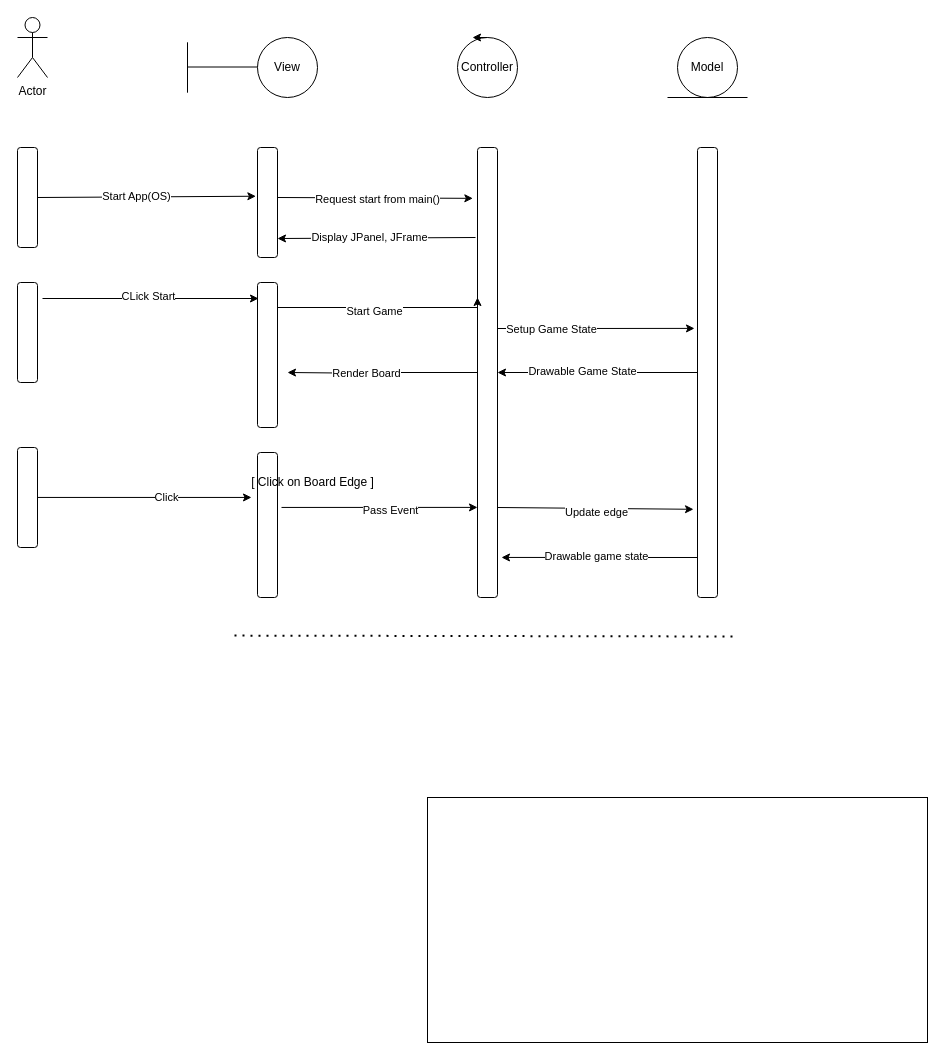
Before: UML-activity-diagram.drawio in Juutar/COMP20050SEP2-1, a draw.io diagram. Source tidied: cells renumbered, new cells numbered last; positions are measured from the earlier drawing's top-left corner, leaving out a move shared by most shapes. Both pictures are drawn from the tidied source at 100%, with x=0, y=0 at pixel (17, 17).
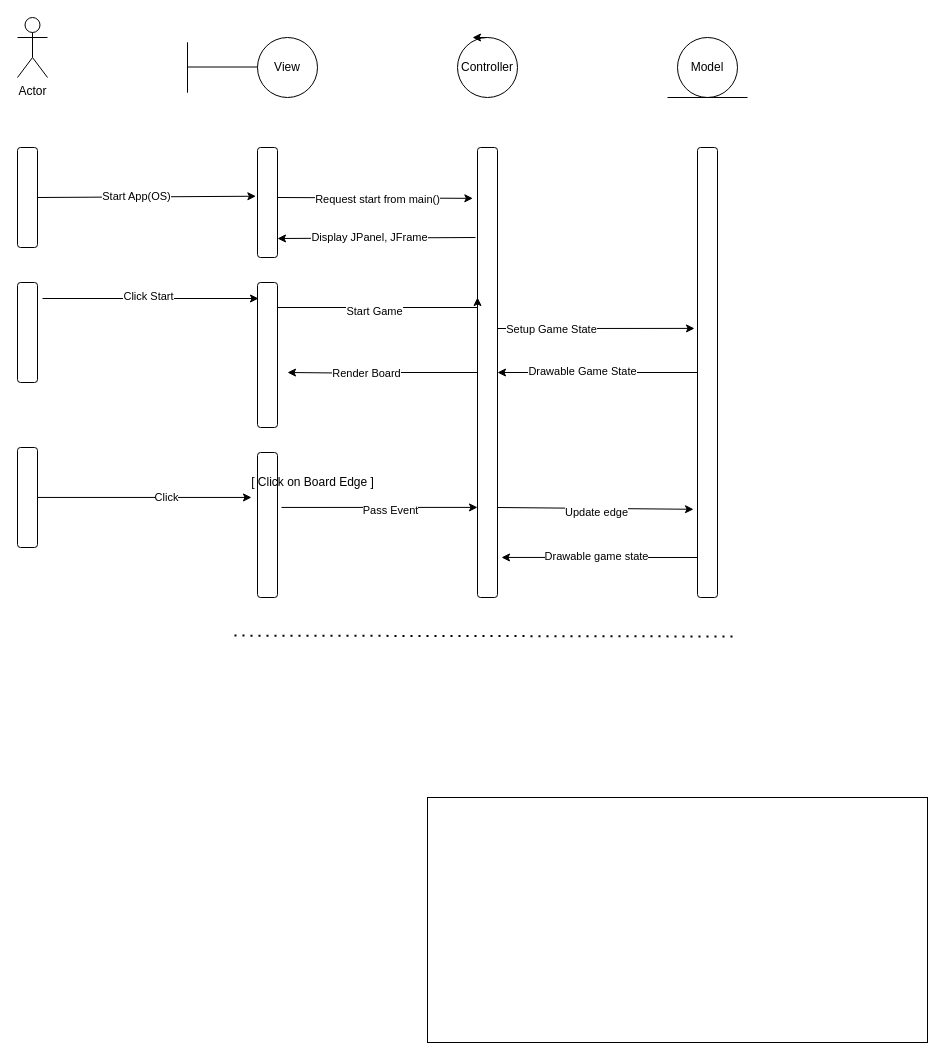
After the change.

Commit message:
Fixed spelling mistake

Unchanged cells that the change refers to:
```xml
<mxCell id="28" style="endArrow=classic;html=1;rounded=0;exitX=1.1;exitY=0.16;exitDx=0;exitDy=0;exitPerimeter=0;entryX=-0.1;entryY=0.145;entryDx=0;entryDy=0;entryPerimeter=0;" parent="1" edge="1">
  <mxGeometry relative="1" as="geometry">
    <mxPoint x="25" y="281" as="sourcePoint" />
    <mxPoint x="241" y="281" as="targetPoint" />
  </mxGeometry>
</mxCell>
```

What changed in the source:
```diff
@@
-    <mxCell id="29" value="CLick Start" style="edgeLabel;html=1;align=center;verticalAlign=middle;" parent="28" vertex="1">
+    <mxCell id="29" value="&lt;div&gt;Click Start&lt;/div&gt;" style="edgeLabel;html=1;align=center;verticalAlign=middle;" parent="28" vertex="1">
       <mxGeometry x="-0.03" y="3" relative="1" as="geometry" />
     </mxCell>
```
